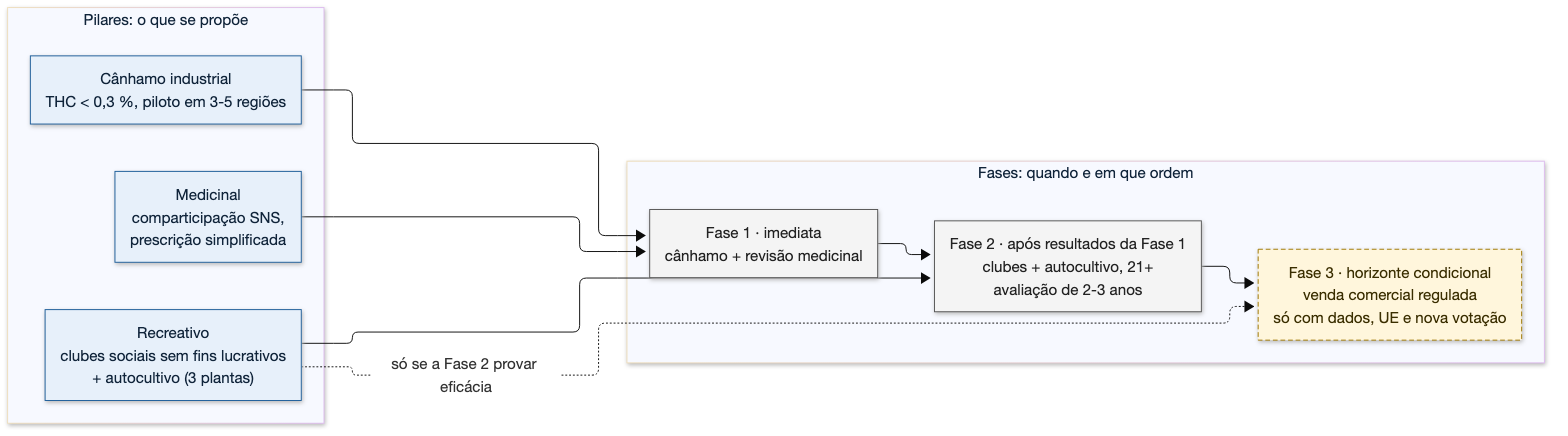
bcamarneiro/cannabis-legalization keeps this Mermaid diagram as assets/diagrams/estrutura-proposta.png. Above is the earlier version. Its source is kept beside it as assets/diagrams/estrutura-proposta.mmd.
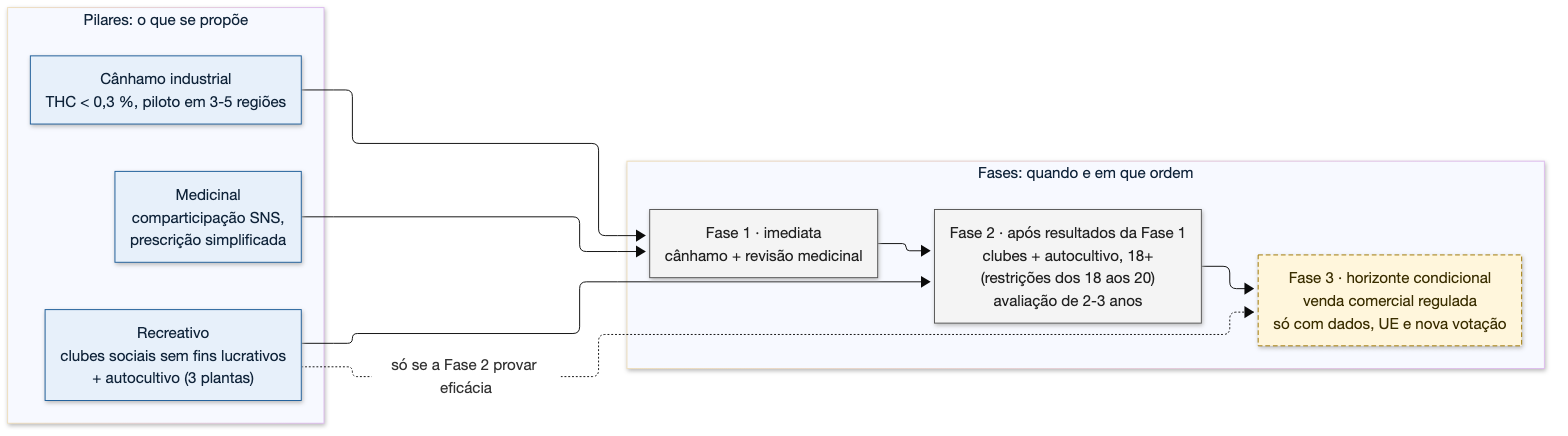
The same diagram one commit later.

The edit, as a diff of the source:
```diff
@@ -8,7 +8,7 @@
     subgraph F["Fases: quando e em que ordem"]
         direction TB
         F1["Fase 1 · imediata<br/>cânhamo + revisão medicinal"]
-        F2["Fase 2 · após resultados da Fase 1<br/>clubes + autocultivo, 21+<br/>avaliação de 2-3 anos"]
+        F2["Fase 2 · após resultados da Fase 1<br/>clubes + autocultivo, 18+<br/>(restrições dos 18 aos 20)<br/>avaliação de 2-3 anos"]
         F3["Fase 3 · horizonte condicional<br/>venda comercial regulada<br/>só com dados, UE e nova votação"]
         F1 --> F2 --> F3
     end
```
